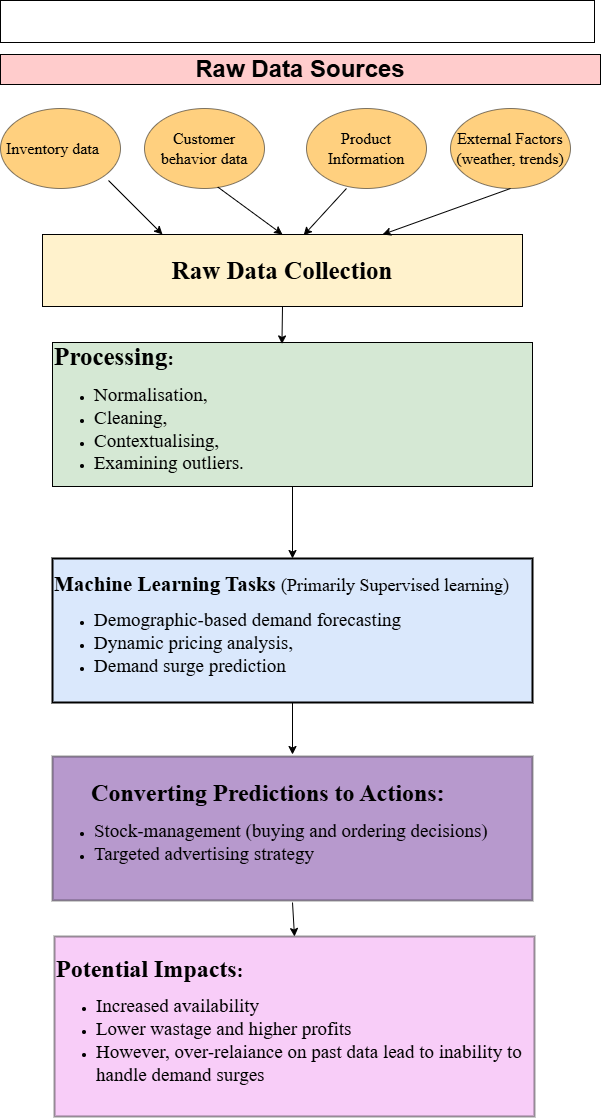
Uchii1/Study-Python keeps this draw.io diagram as DRAFT-AAI_Unit_6_Consol_Act3_.drawio.png. Above is the earlier version. Source tidied: cells renumbered, new cells last; positions are measured from the earlier drawing's top-left corner, leaving out a move shared by most shapes.
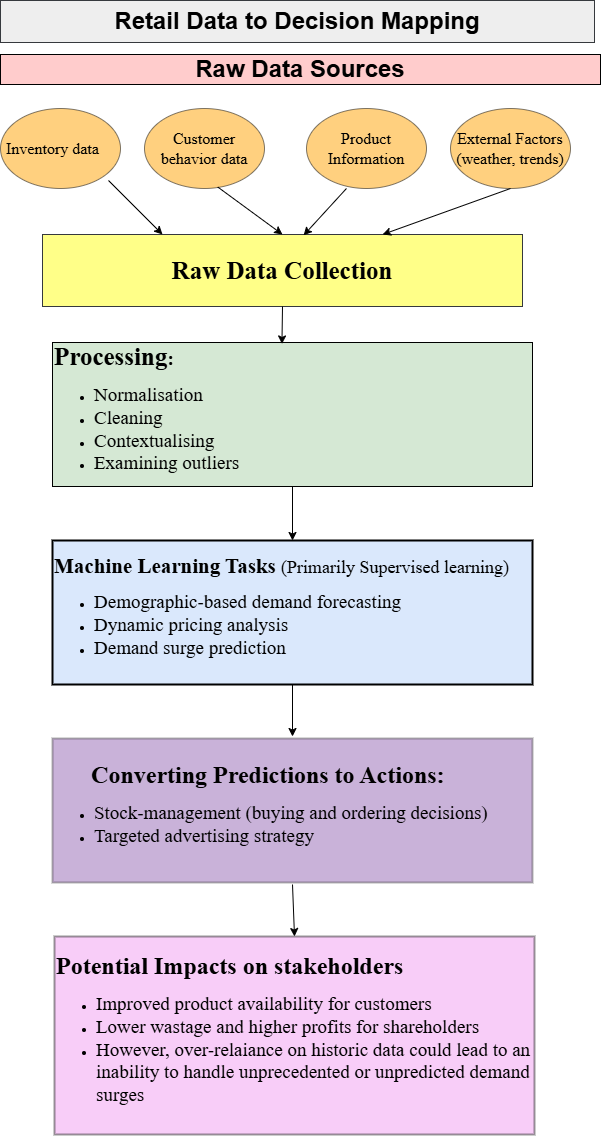
The same diagram one commit later.

What changed in the source:
```diff
@@ -2,7 +2,7 @@
   <root>
     <mxCell id="0" />
     <mxCell id="1" parent="0" />
-    <mxCell id="2" value="&lt;p style=&quot;&quot;&gt;&lt;b style=&quot;font-family: &amp;quot;Times New Roman&amp;quot;; background-color: transparent; color: light-dark(rgb(0, 0, 0), rgb(255, 255, 255));&quot;&gt;&lt;font style=&quot;font-size: 25px;&quot;&gt;Raw Data Collection&lt;/font&gt;&lt;/b&gt;&lt;/p&gt;" style="rounded=0;whiteSpace=wrap;html=1;align=center;fillColor=#fff2cc;strokeColor=light-dark(#000000, #6d5100);" parent="1" vertex="1">
+    <mxCell id="2" value="&lt;p style=&quot;&quot;&gt;&lt;b style=&quot;font-family: &amp;quot;Times New Roman&amp;quot;; background-color: transparent; color: light-dark(rgb(0, 0, 0), rgb(255, 255, 255));&quot;&gt;&lt;font style=&quot;font-size: 25px;&quot;&gt;Raw Data Collection&lt;/font&gt;&lt;/b&gt;&lt;/p&gt;" style="rounded=0;whiteSpace=wrap;html=1;align=center;fillColor=#ffff88;strokeColor=#36393d;" parent="1" vertex="1">
       <mxGeometry x="42" y="234" width="480" height="72" as="geometry" />
     </mxCell>
     <mxCell id="3" value="&lt;font style=&quot;font-size: 16px;&quot;&gt;Inventory data&lt;span style=&quot;white-space: pre;&quot;&gt;&#9;&lt;/span&gt;&lt;/font&gt;" style="ellipse;whiteSpace=wrap;html=1;fontFamily=Times New Roman;fontSize=18;align=center;fillColor=light-dark(#ffa200, #EDEDED);opacity=50;" parent="1" vertex="1">
@@ -14,14 +14,14 @@
     <mxCell id="5" value="&lt;span style=&quot;font-family: &amp;quot;Times New Roman&amp;quot;; text-align: left;&quot;&gt;&lt;font style=&quot;font-size: 16px;&quot;&gt;Product Information&lt;/font&gt;&lt;/span&gt;" style="ellipse;whiteSpace=wrap;html=1;fillColor=light-dark(#ffa200, #EDEDED);opacity=50;" parent="1" vertex="1">
       <mxGeometry x="306" y="108" width="120" height="80" as="geometry" />
     </mxCell>
-    <mxCell id="6" value="&lt;div style=&quot;&quot;&gt;&lt;b style=&quot;font-family: &amp;quot;Times New Roman&amp;quot;; background-color: transparent; color: light-dark(rgb(0, 0, 0), rgb(255, 255, 255));&quot;&gt;&lt;font style=&quot;font-size: 25px;&quot;&gt;Processing&lt;/font&gt;&lt;span style=&quot;font-size: 19px;&quot;&gt;:&amp;nbsp;&lt;/span&gt;&lt;/b&gt;&lt;/div&gt;&lt;div&gt;&lt;ul&gt;&lt;li&gt;&lt;font face=&quot;Times New Roman&quot; style=&quot;font-size: 19px;&quot;&gt;Normalisation,&amp;nbsp;&lt;/font&gt;&lt;/li&gt;&lt;li&gt;&lt;font face=&quot;Times New Roman&quot; style=&quot;font-size: 19px;&quot;&gt;Cleaning,&amp;nbsp;&lt;/font&gt;&lt;/li&gt;&lt;li&gt;&lt;font face=&quot;Times New Roman&quot; style=&quot;font-size: 19px;&quot;&gt;Contextualising,&amp;nbsp;&lt;/font&gt;&lt;/li&gt;&lt;li&gt;&lt;font face=&quot;Times New Roman&quot; style=&quot;font-size: 19px;&quot;&gt;Examining outliers.&lt;/font&gt;&lt;/li&gt;&lt;/ul&gt;&lt;/div&gt;" style="rounded=0;whiteSpace=wrap;html=1;align=left;fillColor=#d5e8d4;strokeColor=#000000;" parent="1" vertex="1">
+    <mxCell id="6" value="&lt;div style=&quot;&quot;&gt;&lt;b style=&quot;font-family: &amp;quot;Times New Roman&amp;quot;; background-color: transparent; color: light-dark(rgb(0, 0, 0), rgb(255, 255, 255));&quot;&gt;&lt;font style=&quot;font-size: 25px;&quot;&gt;Processing&lt;/font&gt;&lt;span style=&quot;font-size: 19px;&quot;&gt;:&amp;nbsp;&lt;/span&gt;&lt;/b&gt;&lt;/div&gt;&lt;div&gt;&lt;ul&gt;&lt;li&gt;&lt;font face=&quot;Times New Roman&quot; style=&quot;font-size: 19px;&quot;&gt;Normalisation&lt;/font&gt;&lt;/li&gt;&lt;li&gt;&lt;font face=&quot;Times New Roman&quot; style=&quot;font-size: 19px;&quot;&gt;Cleaning&lt;/font&gt;&lt;/li&gt;&lt;li&gt;&lt;font face=&quot;Times New Roman&quot; style=&quot;font-size: 19px;&quot;&gt;Contextualising&lt;/font&gt;&lt;/li&gt;&lt;li&gt;&lt;font face=&quot;Times New Roman&quot; style=&quot;font-size: 19px;&quot;&gt;Examining outliers&lt;/font&gt;&lt;/li&gt;&lt;/ul&gt;&lt;/div&gt;" style="rounded=0;whiteSpace=wrap;html=1;align=left;fillColor=#d5e8d4;strokeColor=#000000;" parent="1" vertex="1">
       <mxGeometry x="52" y="342" width="480" height="144" as="geometry" />
     </mxCell>
-    <mxCell id="7" value="&lt;div style=&quot;&quot;&gt;&lt;div style=&quot;text-align: center;&quot;&gt;&lt;span style=&quot;font-family: &amp;quot;Times New Roman&amp;quot;; background-color: transparent; color: light-dark(rgb(0, 0, 0), rgb(255, 255, 255));&quot;&gt;&lt;font style=&quot;font-weight: bold; font-size: 24px;&quot;&gt;Converting Predictions to Actions:&amp;nbsp;&lt;/font&gt;&lt;/span&gt;&lt;/div&gt;&lt;div style=&quot;&quot;&gt;&lt;ul&gt;&lt;li&gt;&lt;span style=&quot;font-size: 19px; font-family: &amp;quot;Times New Roman&amp;quot;; background-color: transparent; color: light-dark(rgb(0, 0, 0), rgb(255, 255, 255));&quot;&gt;Stock-management (buying and ordering decisions)&lt;/span&gt;&lt;/li&gt;&lt;li&gt;&lt;font face=&quot;Times New Roman&quot;&gt;&lt;span style=&quot;font-size: 19px;&quot;&gt;Targeted advertising strategy&lt;/span&gt;&lt;/font&gt;&lt;/li&gt;&lt;/ul&gt;&lt;/div&gt;&lt;/div&gt;" style="rounded=0;whiteSpace=wrap;html=1;align=left;fillColor=light-dark(#4b0082, #392f3f);strokeColor=#000000;opacity=40;gradientColor=none;perimeterSpacing=2;strokeWidth=2;" parent="1" vertex="1">
-      <mxGeometry x="52" y="756" width="480" height="144" as="geometry" />
+    <mxCell id="7" value="&lt;div style=&quot;&quot;&gt;&lt;div style=&quot;text-align: center;&quot;&gt;&lt;span style=&quot;font-family: &amp;quot;Times New Roman&amp;quot;; background-color: transparent; color: light-dark(rgb(0, 0, 0), rgb(255, 255, 255));&quot;&gt;&lt;font style=&quot;font-weight: bold; font-size: 24px;&quot;&gt;Converting Predictions to Actions:&amp;nbsp;&lt;/font&gt;&lt;/span&gt;&lt;/div&gt;&lt;div style=&quot;&quot;&gt;&lt;ul&gt;&lt;li&gt;&lt;span style=&quot;font-size: 19px; font-family: &amp;quot;Times New Roman&amp;quot;; background-color: transparent; color: light-dark(rgb(0, 0, 0), rgb(255, 255, 255));&quot;&gt;Stock-management (buying and ordering decisions)&lt;/span&gt;&lt;/li&gt;&lt;li&gt;&lt;font face=&quot;Times New Roman&quot;&gt;&lt;span style=&quot;font-size: 19px;&quot;&gt;Targeted advertising strategy&lt;/span&gt;&lt;/font&gt;&lt;/li&gt;&lt;/ul&gt;&lt;/div&gt;&lt;/div&gt;" style="rounded=0;whiteSpace=wrap;html=1;align=left;fillColor=light-dark(#4b0082, #392f3f);strokeColor=#000000;opacity=30;gradientColor=none;perimeterSpacing=2;strokeWidth=2;" parent="1" vertex="1">
+      <mxGeometry x="52" y="738" width="480" height="144" as="geometry" />
     </mxCell>
-    <mxCell id="8" value="&lt;div style=&quot;text-align: center;&quot;&gt;&lt;span style=&quot;font-family: &amp;quot;Times New Roman&amp;quot;; background-color: transparent; color: light-dark(rgb(0, 0, 0), rgb(255, 255, 255));&quot;&gt;&lt;font style=&quot;font-weight: bold; font-size: 21px;&quot;&gt;Machine Learning Tasks&lt;/font&gt;&lt;font style=&quot;font-weight: bold; font-size: 21px;&quot;&gt;&amp;nbsp;&lt;/font&gt;&lt;font style=&quot;font-size: 18px;&quot;&gt;(Primarily&amp;nbsp;&lt;/font&gt;&lt;/span&gt;&lt;span style=&quot;font-family: &amp;quot;Times New Roman&amp;quot;; background-color: transparent; color: light-dark(rgb(0, 0, 0), rgb(255, 255, 255)); text-align: left;&quot;&gt;&lt;font style=&quot;font-size: 18px;&quot;&gt;Supervised learnin&lt;/font&gt;&lt;font style=&quot;font-size: 18px;&quot;&gt;g)&lt;/font&gt;&lt;/span&gt;&lt;/div&gt;&lt;div&gt;&lt;ul&gt;&lt;li&gt;&lt;font face=&quot;Times New Roman&quot; style=&quot;font-size: 19px;&quot;&gt;Demographic-based demand forecasting&lt;/font&gt;&lt;/li&gt;&lt;li&gt;&lt;font face=&quot;Times New Roman&quot; style=&quot;font-size: 19px;&quot;&gt;Dynamic pricing analysis,&amp;nbsp;&lt;/font&gt;&lt;/li&gt;&lt;li&gt;&lt;font face=&quot;Times New Roman&quot; style=&quot;font-size: 19px;&quot;&gt;Demand surge prediction&lt;/font&gt;&lt;/li&gt;&lt;/ul&gt;&lt;/div&gt;" style="rounded=0;whiteSpace=wrap;html=1;align=left;fillColor=#dae8fc;strokeColor=#000000;strokeWidth=2;" parent="1" vertex="1">
-      <mxGeometry x="52" y="558" width="480" height="144" as="geometry" />
+    <mxCell id="8" value="&lt;div style=&quot;text-align: center;&quot;&gt;&lt;span style=&quot;font-family: &amp;quot;Times New Roman&amp;quot;; background-color: transparent; color: light-dark(rgb(0, 0, 0), rgb(255, 255, 255));&quot;&gt;&lt;font style=&quot;font-weight: bold; font-size: 21px;&quot;&gt;Machine Learning Tasks&lt;/font&gt;&lt;font style=&quot;font-weight: bold; font-size: 21px;&quot;&gt;&amp;nbsp;&lt;/font&gt;&lt;font style=&quot;font-size: 18px;&quot;&gt;(Primarily&amp;nbsp;&lt;/font&gt;&lt;/span&gt;&lt;span style=&quot;font-family: &amp;quot;Times New Roman&amp;quot;; background-color: transparent; color: light-dark(rgb(0, 0, 0), rgb(255, 255, 255)); text-align: left;&quot;&gt;&lt;font style=&quot;font-size: 18px;&quot;&gt;Supervised learnin&lt;/font&gt;&lt;font style=&quot;font-size: 18px;&quot;&gt;g)&lt;/font&gt;&lt;/span&gt;&lt;/div&gt;&lt;div&gt;&lt;ul&gt;&lt;li&gt;&lt;font face=&quot;Times New Roman&quot; style=&quot;font-size: 19px;&quot;&gt;Demographic-based demand forecasting&lt;/font&gt;&lt;/li&gt;&lt;li&gt;&lt;font face=&quot;Times New Roman&quot; style=&quot;font-size: 19px;&quot;&gt;Dynamic pricing analysis&lt;/font&gt;&lt;/li&gt;&lt;li&gt;&lt;font face=&quot;Times New Roman&quot; style=&quot;font-size: 19px;&quot;&gt;Demand surge prediction&lt;/font&gt;&lt;/li&gt;&lt;/ul&gt;&lt;/div&gt;" style="rounded=0;whiteSpace=wrap;html=1;align=left;fillColor=#dae8fc;strokeColor=#000000;strokeWidth=2;" parent="1" vertex="1">
+      <mxGeometry x="52" y="540" width="480" height="144" as="geometry" />
     </mxCell>
     <mxCell id="9" style="endArrow=classic;html=1;rounded=0;curved=0;entryX=0.25;entryY=0;entryDx=0;entryDy=0;" parent="1" edge="1" target="2">
       <mxGeometry relative="1" as="geometry">
@@ -49,16 +49,18 @@
     <mxCell id="16" style="endArrow=classic;html=1;rounded=0;curved=0;exitX=0.5;exitY=1;exitDx=0;exitDy=0;" parent="1" edge="1" source="15" target="2">
       <mxGeometry relative="1" as="geometry" />
     </mxCell>
-    <mxCell id="17" value="&lt;div style=&quot;&quot;&gt;&lt;b style=&quot;font-family: &amp;quot;Times New Roman&amp;quot;; background-color: transparent; color: light-dark(rgb(0, 0, 0), rgb(255, 255, 255));&quot;&gt;&lt;font style=&quot;font-size: 24px;&quot;&gt;Potential Impacts&lt;/font&gt;&lt;span style=&quot;font-size: 19px;&quot;&gt;:&lt;/span&gt;&lt;/b&gt;&lt;/div&gt;&lt;div&gt;&lt;ul&gt;&lt;li&gt;&lt;font face=&quot;Times New Roman&quot; style=&quot;font-size: 19px;&quot;&gt;Increased availability&lt;/font&gt;&lt;/li&gt;&lt;li&gt;&lt;font face=&quot;Times New Roman&quot; style=&quot;font-size: 19px;&quot;&gt;Lower wastage and higher profits&lt;/font&gt;&lt;/li&gt;&lt;li&gt;&lt;font face=&quot;Times New Roman&quot;&gt;&lt;span style=&quot;font-size: 19px;&quot;&gt;However, over-relaiance on past data lead to inability to handle demand surges&lt;/span&gt;&lt;/font&gt;&lt;/li&gt;&lt;/ul&gt;&lt;/div&gt;" style="rounded=0;whiteSpace=wrap;html=1;align=left;fillColor=#EE82EE;opacity=40;strokeWidth=2;" parent="1" vertex="1">
-      <mxGeometry x="54" y="936" width="480" height="180" as="geometry" />
+    <mxCell id="17" value="&lt;div style=&quot;&quot;&gt;&lt;b style=&quot;font-family: &amp;quot;Times New Roman&amp;quot;; background-color: transparent; color: light-dark(rgb(0, 0, 0), rgb(255, 255, 255));&quot;&gt;&lt;font style=&quot;font-size: 24px;&quot;&gt;Potential Impacts on stakeholders&lt;/font&gt;&lt;/b&gt;&lt;/div&gt;&lt;div&gt;&lt;ul&gt;&lt;li&gt;&lt;font face=&quot;Times New Roman&quot; style=&quot;font-size: 19px;&quot;&gt;Improved product availability for customers&lt;/font&gt;&lt;/li&gt;&lt;li&gt;&lt;font face=&quot;Times New Roman&quot; style=&quot;font-size: 19px;&quot;&gt;Lower wastage and higher profits for shareholders&lt;/font&gt;&lt;/li&gt;&lt;li&gt;&lt;font face=&quot;Times New Roman&quot;&gt;&lt;span style=&quot;font-size: 19px;&quot;&gt;However, over-relaiance on historic data could lead to an inability to handle unprecedented or unpredicted demand surges&lt;/span&gt;&lt;/font&gt;&lt;/li&gt;&lt;/ul&gt;&lt;/div&gt;" style="rounded=0;whiteSpace=wrap;html=1;align=left;fillColor=#EE82EE;opacity=40;strokeWidth=2;" parent="1" vertex="1">
+      <mxGeometry x="54" y="936" width="480" height="198" as="geometry" />
     </mxCell>
     <mxCell id="18" style="endArrow=classic;html=1;rounded=0;curved=0;exitX=0.5;exitY=1;exitDx=0;exitDy=0;entryX=0.478;entryY=0.01;entryDx=0;entryDy=0;entryPerimeter=0;" parent="1" edge="1" source="2" target="6">
       <mxGeometry relative="1" as="geometry" />
     </mxCell>
-    <mxCell id="19" style="endArrow=classic;html=1;rounded=0;curved=0;exitX=0.5;exitY=1;exitDx=0;exitDy=0;entryX=0.5;entryY=0;entryDx=0;entryDy=0;" parent="1" edge="1" source="7" target="17">
-      <mxGeometry relative="1" as="geometry" />
+    <mxCell id="19" style="endArrow=classic;html=1;rounded=0;curved=0;exitX=0.5;exitY=1;exitDx=0;exitDy=0;" parent="1" edge="1" source="7">
+      <mxGeometry relative="1" as="geometry">
+        <mxPoint x="294" y="936" as="targetPoint" />
+      </mxGeometry>
     </mxCell>
-    <mxCell id="20" style="rounded=0;whiteSpace=wrap;html=1;" parent="1" vertex="1">
+    <mxCell id="20" value="&lt;span style=&quot;font-size: 24px; font-weight: 700;&quot;&gt;Retail Data to Decision Mapping&lt;/span&gt;" style="rounded=0;whiteSpace=wrap;html=1;fillColor=#eeeeee;strokeColor=#36393d;" parent="1" vertex="1">
       <mxGeometry width="594" height="42" as="geometry" />
     </mxCell>
   </root>
```
